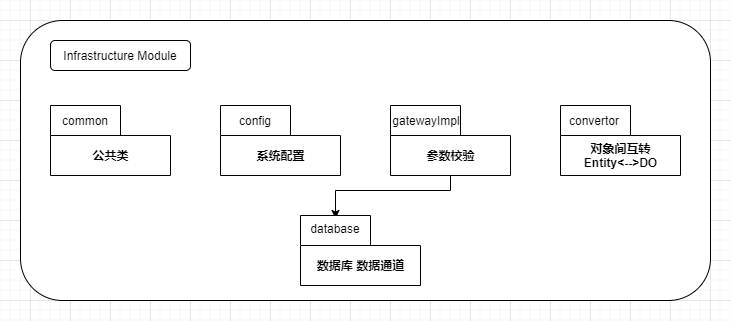
sunxiaozhi/WitBoot keeps this draw.io diagram as doc/image/witboot-infrastructure.png. Above is the earlier version. Source tidied: cells renumbered, new cells last; positions are measured from the earlier drawing's top-left corner, leaving out a move shared by most shapes. Source of this version:
```xml
<mxGraphModel>
  <root>
    <mxCell id="0" />
    <mxCell id="1" parent="0" />
    <mxCell id="2" style="rounded=1;whiteSpace=wrap;html=1;" parent="1" vertex="1">
      <mxGeometry width="690" height="280" as="geometry" />
    </mxCell>
    <mxCell id="3" value="公共类" style="shape=folder;fontStyle=1;tabWidth=70;tabHeight=30;tabPosition=left;html=1;boundedLbl=1;" parent="1" vertex="1">
      <mxGeometry x="30" y="85" width="120" height="70" as="geometry" />
    </mxCell>
    <mxCell id="4" value="Infrastructure Module" style="rounded=1;whiteSpace=wrap;html=1;" parent="1" vertex="1">
      <mxGeometry x="30" y="20" width="140" height="30" as="geometry" />
    </mxCell>
    <mxCell id="5" value="系统配置" style="shape=folder;fontStyle=1;tabWidth=70;tabHeight=30;tabPosition=left;html=1;boundedLbl=1;" parent="1" vertex="1">
      <mxGeometry x="200" y="85" width="120" height="70" as="geometry" />
    </mxCell>
    <mxCell id="6" value="common" style="text;html=1;strokeColor=none;fillColor=none;align=center;verticalAlign=middle;whiteSpace=wrap;rounded=0;" parent="1" vertex="1">
      <mxGeometry x="45" y="90" width="40" height="20" as="geometry" />
    </mxCell>
    <mxCell id="7" style="edgeStyle=orthogonalEdgeStyle;rounded=0;orthogonalLoop=1;jettySize=auto;html=1;exitX=0.5;exitY=1;exitDx=0;exitDy=0;" parent="1" edge="1">
      <mxGeometry relative="1" as="geometry">
        <mxPoint x="70" y="129" as="sourcePoint" />
        <mxPoint x="70" y="129" as="targetPoint" />
      </mxGeometry>
    </mxCell>
    <mxCell id="8" value="对象间互转&lt;br&gt;Entity&amp;lt;--&amp;gt;DO" style="shape=folder;fontStyle=1;tabWidth=70;tabHeight=30;tabPosition=left;html=1;boundedLbl=1;" parent="1" vertex="1">
      <mxGeometry x="540" y="85" width="120" height="70" as="geometry" />
    </mxCell>
    <mxCell id="9" style="edgeStyle=orthogonalEdgeStyle;rounded=0;jettySize=auto;html=1;entryX=0.5;entryY=0;entryDx=0;entryDy=0;" parent="1" edge="1" source="10" target="15">
      <mxGeometry relative="1" as="geometry">
        <Array as="points">
          <mxPoint x="430" y="170" />
          <mxPoint x="315" y="170" />
        </Array>
      </mxGeometry>
    </mxCell>
    <mxCell id="10" value="参数校验" style="shape=folder;fontStyle=1;tabWidth=70;tabHeight=30;tabPosition=left;html=1;boundedLbl=1;" parent="1" vertex="1">
      <mxGeometry x="370" y="85" width="120" height="70" as="geometry" />
    </mxCell>
    <mxCell id="11" value="数据库 数据通道" style="shape=folder;fontStyle=1;tabWidth=70;tabHeight=30;tabPosition=left;html=1;boundedLbl=1;" parent="1" vertex="1">
      <mxGeometry x="280" y="195" width="120" height="70" as="geometry" />
    </mxCell>
    <mxCell id="12" value="config" style="text;html=1;strokeColor=none;fillColor=none;align=center;verticalAlign=middle;whiteSpace=wrap;rounded=0;" parent="1" vertex="1">
      <mxGeometry x="215" y="90" width="40" height="20" as="geometry" />
    </mxCell>
    <mxCell id="13" value="convertor" style="text;html=1;strokeColor=none;fillColor=none;align=center;verticalAlign=middle;whiteSpace=wrap;rounded=0;" parent="1" vertex="1">
      <mxGeometry x="554" y="90" width="40" height="20" as="geometry" />
    </mxCell>
    <mxCell id="14" value="gatewayImpl" style="text;html=1;strokeColor=none;fillColor=none;align=center;verticalAlign=middle;whiteSpace=wrap;rounded=0;" parent="1" vertex="1">
      <mxGeometry x="385.5" y="90" width="40" height="20" as="geometry" />
    </mxCell>
    <mxCell id="15" value="database" style="text;html=1;strokeColor=none;fillColor=none;align=center;verticalAlign=middle;whiteSpace=wrap;rounded=0;" parent="1" vertex="1">
      <mxGeometry x="295" y="198" width="40" height="20" as="geometry" />
    </mxCell>
  </root>
</mxGraphModel>
```
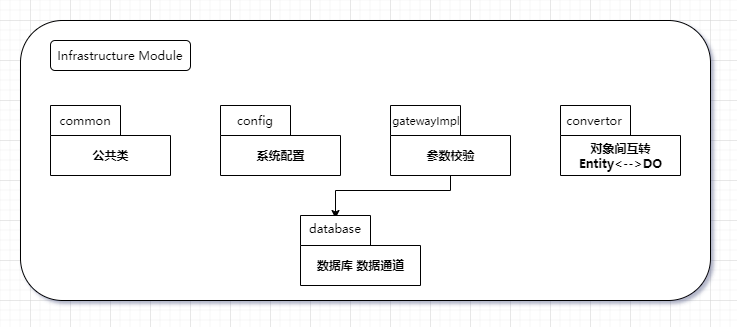
After the change.

The edit, as a diff of the source:
```diff
@@ -2,31 +2,31 @@
   <root>
     <mxCell id="0" />
     <mxCell id="1" parent="0" />
-    <mxCell id="2" style="rounded=1;whiteSpace=wrap;html=1;" parent="1" vertex="1">
+    <mxCell id="2" style="rounded=1;whiteSpace=wrap;html=1;fontFamily=SourceCodePro-Medium;" parent="1" vertex="1">
       <mxGeometry width="690" height="280" as="geometry" />
     </mxCell>
-    <mxCell id="3" value="公共类" style="shape=folder;fontStyle=1;tabWidth=70;tabHeight=30;tabPosition=left;html=1;boundedLbl=1;" parent="1" vertex="1">
+    <mxCell id="3" value="公共类" style="shape=folder;fontStyle=1;tabWidth=70;tabHeight=30;tabPosition=left;html=1;boundedLbl=1;fontFamily=SourceCodePro-Medium;" parent="1" vertex="1">
       <mxGeometry x="30" y="85" width="120" height="70" as="geometry" />
     </mxCell>
-    <mxCell id="4" value="Infrastructure Module" style="rounded=1;whiteSpace=wrap;html=1;" parent="1" vertex="1">
+    <mxCell id="4" value="Infrastructure Module" style="rounded=1;whiteSpace=wrap;html=1;fontFamily=SourceCodePro-Medium;" parent="1" vertex="1">
       <mxGeometry x="30" y="20" width="140" height="30" as="geometry" />
     </mxCell>
-    <mxCell id="5" value="系统配置" style="shape=folder;fontStyle=1;tabWidth=70;tabHeight=30;tabPosition=left;html=1;boundedLbl=1;" parent="1" vertex="1">
+    <mxCell id="5" value="系统配置" style="shape=folder;fontStyle=1;tabWidth=70;tabHeight=30;tabPosition=left;html=1;boundedLbl=1;fontFamily=SourceCodePro-Medium;" parent="1" vertex="1">
       <mxGeometry x="200" y="85" width="120" height="70" as="geometry" />
     </mxCell>
-    <mxCell id="6" value="common" style="text;html=1;strokeColor=none;fillColor=none;align=center;verticalAlign=middle;whiteSpace=wrap;rounded=0;" parent="1" vertex="1">
+    <mxCell id="6" value="common" style="text;html=1;strokeColor=none;fillColor=none;align=center;verticalAlign=middle;whiteSpace=wrap;rounded=0;fontFamily=SourceCodePro-Medium;" parent="1" vertex="1">
       <mxGeometry x="45" y="90" width="40" height="20" as="geometry" />
     </mxCell>
-    <mxCell id="7" style="edgeStyle=orthogonalEdgeStyle;rounded=0;orthogonalLoop=1;jettySize=auto;html=1;exitX=0.5;exitY=1;exitDx=0;exitDy=0;" parent="1" edge="1">
+    <mxCell id="7" style="edgeStyle=orthogonalEdgeStyle;rounded=0;orthogonalLoop=1;jettySize=auto;html=1;exitX=0.5;exitY=1;exitDx=0;exitDy=0;fontFamily=SourceCodePro-Medium;" parent="1" edge="1">
       <mxGeometry relative="1" as="geometry">
         <mxPoint x="70" y="129" as="sourcePoint" />
         <mxPoint x="70" y="129" as="targetPoint" />
       </mxGeometry>
     </mxCell>
-    <mxCell id="8" value="对象间互转&lt;br&gt;Entity&amp;lt;--&amp;gt;DO" style="shape=folder;fontStyle=1;tabWidth=70;tabHeight=30;tabPosition=left;html=1;boundedLbl=1;" parent="1" vertex="1">
+    <mxCell id="8" value="对象间互转&lt;br&gt;Entity&amp;lt;--&amp;gt;DO" style="shape=folder;fontStyle=1;tabWidth=70;tabHeight=30;tabPosition=left;html=1;boundedLbl=1;fontFamily=SourceCodePro-Medium;" parent="1" vertex="1">
       <mxGeometry x="540" y="85" width="120" height="70" as="geometry" />
     </mxCell>
-    <mxCell id="9" style="edgeStyle=orthogonalEdgeStyle;rounded=0;jettySize=auto;html=1;entryX=0.5;entryY=0;entryDx=0;entryDy=0;" parent="1" edge="1" source="10" target="15">
+    <mxCell id="9" style="edgeStyle=orthogonalEdgeStyle;rounded=0;jettySize=auto;html=1;entryX=0.5;entryY=0;entryDx=0;entryDy=0;fontFamily=SourceCodePro-Medium;" parent="1" edge="1" source="10" target="15">
       <mxGeometry relative="1" as="geometry">
         <Array as="points">
           <mxPoint x="430" y="170" />
@@ -34,22 +34,22 @@
         </Array>
       </mxGeometry>
     </mxCell>
-    <mxCell id="10" value="参数校验" style="shape=folder;fontStyle=1;tabWidth=70;tabHeight=30;tabPosition=left;html=1;boundedLbl=1;" parent="1" vertex="1">
+    <mxCell id="10" value="参数校验" style="shape=folder;fontStyle=1;tabWidth=70;tabHeight=30;tabPosition=left;html=1;boundedLbl=1;fontFamily=SourceCodePro-Medium;" parent="1" vertex="1">
       <mxGeometry x="370" y="85" width="120" height="70" as="geometry" />
     </mxCell>
-    <mxCell id="11" value="数据库 数据通道" style="shape=folder;fontStyle=1;tabWidth=70;tabHeight=30;tabPosition=left;html=1;boundedLbl=1;" parent="1" vertex="1">
+    <mxCell id="11" value="数据库 数据通道" style="shape=folder;fontStyle=1;tabWidth=70;tabHeight=30;tabPosition=left;html=1;boundedLbl=1;fontFamily=SourceCodePro-Medium;" parent="1" vertex="1">
       <mxGeometry x="280" y="195" width="120" height="70" as="geometry" />
     </mxCell>
-    <mxCell id="12" value="config" style="text;html=1;strokeColor=none;fillColor=none;align=center;verticalAlign=middle;whiteSpace=wrap;rounded=0;" parent="1" vertex="1">
+    <mxCell id="12" value="config" style="text;html=1;strokeColor=none;fillColor=none;align=center;verticalAlign=middle;whiteSpace=wrap;rounded=0;fontFamily=SourceCodePro-Medium;" parent="1" vertex="1">
       <mxGeometry x="215" y="90" width="40" height="20" as="geometry" />
     </mxCell>
-    <mxCell id="13" value="convertor" style="text;html=1;strokeColor=none;fillColor=none;align=center;verticalAlign=middle;whiteSpace=wrap;rounded=0;" parent="1" vertex="1">
+    <mxCell id="13" value="convertor" style="text;html=1;strokeColor=none;fillColor=none;align=center;verticalAlign=middle;whiteSpace=wrap;rounded=0;fontFamily=SourceCodePro-Medium;" parent="1" vertex="1">
       <mxGeometry x="554" y="90" width="40" height="20" as="geometry" />
     </mxCell>
-    <mxCell id="14" value="gatewayImpl" style="text;html=1;strokeColor=none;fillColor=none;align=center;verticalAlign=middle;whiteSpace=wrap;rounded=0;" parent="1" vertex="1">
+    <mxCell id="14" value="gatewayImpl" style="text;html=1;strokeColor=none;fillColor=none;align=center;verticalAlign=middle;whiteSpace=wrap;rounded=0;fontFamily=SourceCodePro-Medium;fontSize=11;" parent="1" vertex="1">
       <mxGeometry x="385.5" y="90" width="40" height="20" as="geometry" />
     </mxCell>
-    <mxCell id="15" value="database" style="text;html=1;strokeColor=none;fillColor=none;align=center;verticalAlign=middle;whiteSpace=wrap;rounded=0;" parent="1" vertex="1">
+    <mxCell id="15" value="database" style="text;html=1;strokeColor=none;fillColor=none;align=center;verticalAlign=middle;whiteSpace=wrap;rounded=0;fontFamily=SourceCodePro-Medium;" parent="1" vertex="1">
       <mxGeometry x="295" y="198" width="40" height="20" as="geometry" />
     </mxCell>
   </root>
```
